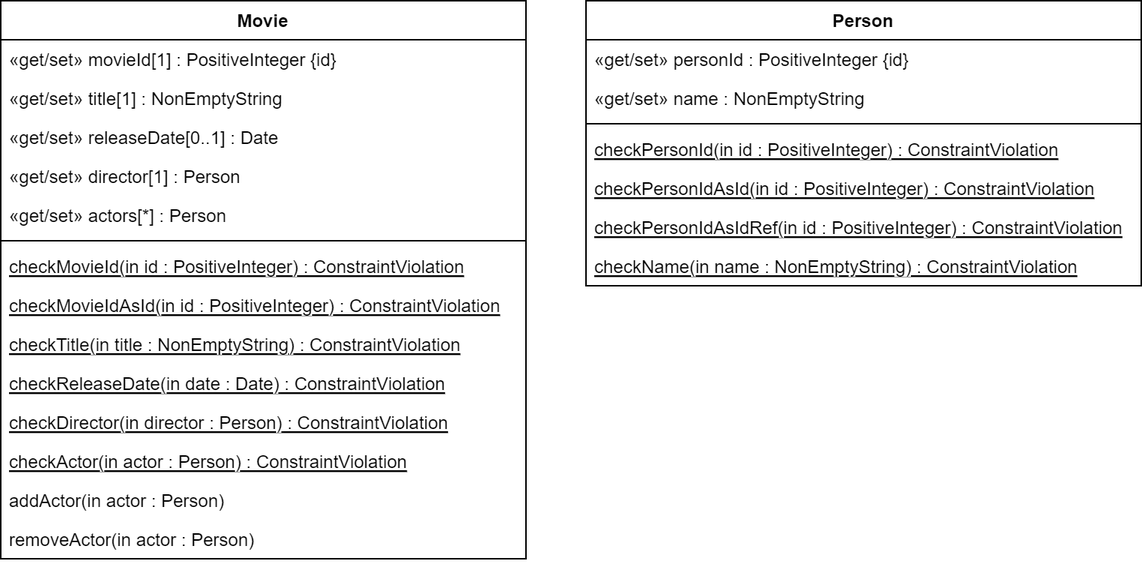
Above: docs/assignment4/JavaScript class model.png in troppdus/webapp23-troppa (draw.io), before the change. Source tidied: cells renumbered, new cells last; positions are measured from the earlier drawing's top-left corner, leaving out a move shared by most shapes. Its diagram source:
```xml
<mxGraphModel>
  <root>
    <mxCell id="0" />
    <mxCell id="1" parent="0" />
    <mxCell id="2" value="Movie&#10;" style="swimlane;fontStyle=1;align=center;verticalAlign=top;horizontal=1;startSize=26;" parent="1" vertex="1">
      <mxGeometry width="350" height="372" as="geometry" />
    </mxCell>
    <mxCell id="3" value="«get/set» movieId[1] : PositiveInteger {id}" style="text;strokeColor=none;fillColor=none;align=left;verticalAlign=top;spacingLeft=4;spacingRight=4;overflow=hidden;" parent="2" vertex="1">
      <mxGeometry y="26" width="350" height="26" as="geometry" />
    </mxCell>
    <mxCell id="4" value="«get/set» title[1] : NonEmptyString" style="text;strokeColor=none;fillColor=none;align=left;verticalAlign=top;spacingLeft=4;spacingRight=4;overflow=hidden;" parent="2" vertex="1">
      <mxGeometry y="52" width="350" height="26" as="geometry" />
    </mxCell>
    <mxCell id="5" value="«get/set» releaseDate[0..1] : Date" style="text;strokeColor=none;fillColor=none;align=left;verticalAlign=top;spacingLeft=4;spacingRight=4;overflow=hidden;" parent="2" vertex="1">
      <mxGeometry y="78" width="350" height="26" as="geometry" />
    </mxCell>
    <mxCell id="6" value="«get/set» director[1] : Person" style="text;strokeColor=none;fillColor=none;align=left;verticalAlign=top;spacingLeft=4;spacingRight=4;overflow=hidden;" parent="2" vertex="1">
      <mxGeometry y="104" width="350" height="26" as="geometry" />
    </mxCell>
    <mxCell id="7" value="«get/set» actors[*] : Person" style="text;strokeColor=none;fillColor=none;align=left;verticalAlign=top;spacingLeft=4;spacingRight=4;overflow=hidden;" parent="2" vertex="1">
      <mxGeometry y="130" width="350" height="26" as="geometry" />
    </mxCell>
    <mxCell id="8" style="line;strokeWidth=1;fillColor=none;align=left;verticalAlign=middle;spacingTop=-1;spacingLeft=3;spacingRight=3;labelPosition=right;strokeColor=inherit;" parent="2" vertex="1">
      <mxGeometry y="156" width="350" height="8" as="geometry" />
    </mxCell>
    <mxCell id="9" value="checkMovieId(in id : PositiveInteger) : ConstraintViolation" style="text;strokeColor=none;fillColor=none;align=left;verticalAlign=top;spacingLeft=4;spacingRight=4;overflow=hidden;fontStyle=4;" parent="2" vertex="1">
      <mxGeometry y="164" width="350" height="26" as="geometry" />
    </mxCell>
    <mxCell id="10" value="checkMovieIdAsId(in id : PositiveInteger) : ConstraintViolation" style="text;strokeColor=none;fillColor=none;align=left;verticalAlign=top;spacingLeft=4;spacingRight=4;overflow=hidden;fontStyle=4;" parent="2" vertex="1">
      <mxGeometry y="190" width="350" height="26" as="geometry" />
    </mxCell>
    <mxCell id="11" value="checkTitle(in title : NonEmptyString) : ConstraintViolation" style="text;strokeColor=none;fillColor=none;align=left;verticalAlign=top;spacingLeft=4;spacingRight=4;overflow=hidden;fontStyle=4;" parent="2" vertex="1">
      <mxGeometry y="216" width="350" height="26" as="geometry" />
    </mxCell>
    <mxCell id="12" value="checkReleaseDate(in date : Date) : ConstraintViolation" style="text;strokeColor=none;fillColor=none;align=left;verticalAlign=top;spacingLeft=4;spacingRight=4;overflow=hidden;fontStyle=4;" parent="2" vertex="1">
      <mxGeometry y="242" width="350" height="26" as="geometry" />
    </mxCell>
    <mxCell id="13" value="checkDirector(in director : Person) : ConstraintViolation" style="text;strokeColor=none;fillColor=none;align=left;verticalAlign=top;spacingLeft=4;spacingRight=4;overflow=hidden;fontStyle=4;" parent="2" vertex="1">
      <mxGeometry y="268" width="350" height="26" as="geometry" />
    </mxCell>
    <mxCell id="14" value="checkActor(in actor : Person) : ConstraintViolation" style="text;strokeColor=none;fillColor=none;align=left;verticalAlign=top;spacingLeft=4;spacingRight=4;overflow=hidden;fontStyle=4;" parent="2" vertex="1">
      <mxGeometry y="294" width="350" height="26" as="geometry" />
    </mxCell>
    <mxCell id="15" value="addActor(in actor : Person)" style="text;strokeColor=none;fillColor=none;align=left;verticalAlign=top;spacingLeft=4;spacingRight=4;overflow=hidden;" parent="2" vertex="1">
      <mxGeometry y="320" width="350" height="26" as="geometry" />
    </mxCell>
    <mxCell id="16" value="removeActor(in actor : Person)" style="text;strokeColor=none;fillColor=none;align=left;verticalAlign=top;spacingLeft=4;spacingRight=4;overflow=hidden;" parent="2" vertex="1">
      <mxGeometry y="346" width="350" height="26" as="geometry" />
    </mxCell>
    <mxCell id="17" value="Person" style="swimlane;fontStyle=1;align=center;verticalAlign=top;horizontal=1;startSize=26;" parent="1" vertex="1">
      <mxGeometry x="390" width="370" height="190" as="geometry" />
    </mxCell>
    <mxCell id="18" value="«get/set» personId : PositiveInteger {id}" style="text;strokeColor=none;fillColor=none;align=left;verticalAlign=top;spacingLeft=4;spacingRight=4;overflow=hidden;" parent="17" vertex="1">
      <mxGeometry y="26" width="370" height="26" as="geometry" />
    </mxCell>
    <mxCell id="19" value="«get/set» name : NonEmptyString" style="text;strokeColor=none;fillColor=none;align=left;verticalAlign=top;spacingLeft=4;spacingRight=4;overflow=hidden;" parent="17" vertex="1">
      <mxGeometry y="52" width="370" height="26" as="geometry" />
    </mxCell>
    <mxCell id="20" style="line;strokeWidth=1;fillColor=none;align=left;verticalAlign=middle;spacingTop=-1;spacingLeft=3;spacingRight=3;labelPosition=right;strokeColor=inherit;" parent="17" vertex="1">
      <mxGeometry y="78" width="370" height="8" as="geometry" />
    </mxCell>
    <mxCell id="21" value="checkPersonId(in id : PositiveInteger) : ConstraintViolation" style="text;strokeColor=none;fillColor=none;align=left;verticalAlign=top;spacingLeft=4;spacingRight=4;overflow=hidden;fontStyle=4;" parent="17" vertex="1">
      <mxGeometry y="86" width="370" height="26" as="geometry" />
    </mxCell>
    <mxCell id="22" value="checkPersonIdAsId(in id : PositiveInteger) : ConstraintViolation" style="text;strokeColor=none;fillColor=none;align=left;verticalAlign=top;spacingLeft=4;spacingRight=4;overflow=hidden;fontStyle=4;" parent="17" vertex="1">
      <mxGeometry y="112" width="370" height="26" as="geometry" />
    </mxCell>
    <mxCell id="23" value="checkPersonIdAsIdRef(in id : PositiveInteger) : ConstraintViolation" style="text;strokeColor=none;fillColor=none;align=left;verticalAlign=top;spacingLeft=4;spacingRight=4;overflow=hidden;fontStyle=4;" parent="17" vertex="1">
      <mxGeometry y="138" width="370" height="26" as="geometry" />
    </mxCell>
    <mxCell id="24" value="checkName(in name : NonEmptyString) : ConstraintViolation" style="text;strokeColor=none;fillColor=none;align=left;verticalAlign=top;spacingLeft=4;spacingRight=4;overflow=hidden;fontStyle=4;" parent="17" vertex="1">
      <mxGeometry y="164" width="370" height="26" as="geometry" />
    </mxCell>
  </root>
</mxGraphModel>
```
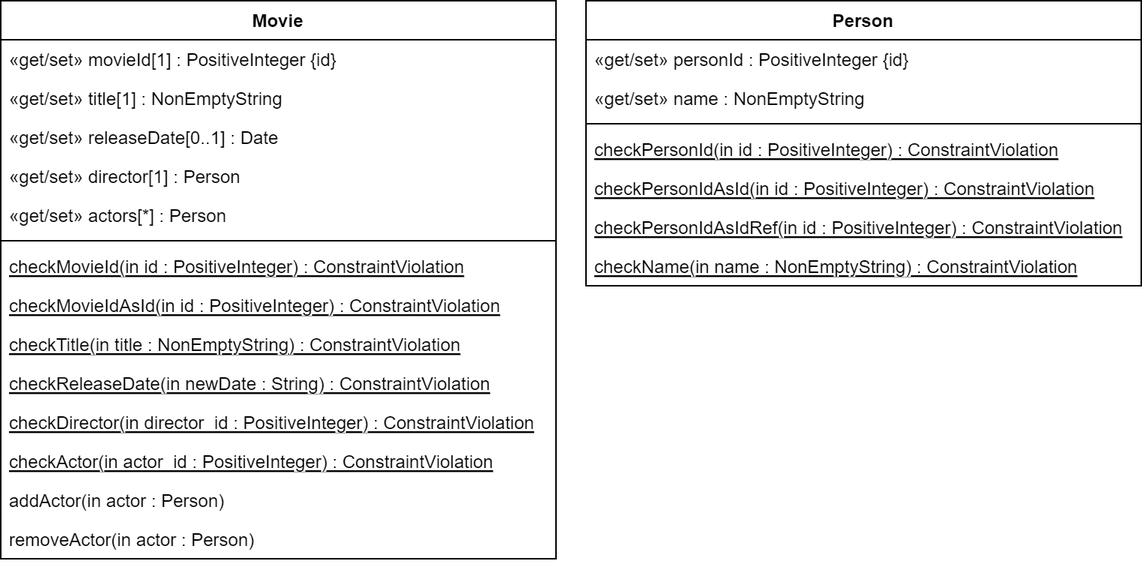
Later version of the same file.

Change to the diagram source:
```diff
@@ -3,49 +3,49 @@
     <mxCell id="0" />
     <mxCell id="1" parent="0" />
     <mxCell id="2" value="Movie&#10;" style="swimlane;fontStyle=1;align=center;verticalAlign=top;horizontal=1;startSize=26;" parent="1" vertex="1">
-      <mxGeometry width="350" height="372" as="geometry" />
+      <mxGeometry width="370" height="372" as="geometry" />
     </mxCell>
     <mxCell id="3" value="«get/set» movieId[1] : PositiveInteger {id}" style="text;strokeColor=none;fillColor=none;align=left;verticalAlign=top;spacingLeft=4;spacingRight=4;overflow=hidden;" parent="2" vertex="1">
-      <mxGeometry y="26" width="350" height="26" as="geometry" />
+      <mxGeometry y="26" width="370" height="26" as="geometry" />
     </mxCell>
     <mxCell id="4" value="«get/set» title[1] : NonEmptyString" style="text;strokeColor=none;fillColor=none;align=left;verticalAlign=top;spacingLeft=4;spacingRight=4;overflow=hidden;" parent="2" vertex="1">
-      <mxGeometry y="52" width="350" height="26" as="geometry" />
+      <mxGeometry y="52" width="370" height="26" as="geometry" />
     </mxCell>
     <mxCell id="5" value="«get/set» releaseDate[0..1] : Date" style="text;strokeColor=none;fillColor=none;align=left;verticalAlign=top;spacingLeft=4;spacingRight=4;overflow=hidden;" parent="2" vertex="1">
-      <mxGeometry y="78" width="350" height="26" as="geometry" />
+      <mxGeometry y="78" width="370" height="26" as="geometry" />
     </mxCell>
     <mxCell id="6" value="«get/set» director[1] : Person" style="text;strokeColor=none;fillColor=none;align=left;verticalAlign=top;spacingLeft=4;spacingRight=4;overflow=hidden;" parent="2" vertex="1">
-      <mxGeometry y="104" width="350" height="26" as="geometry" />
+      <mxGeometry y="104" width="370" height="26" as="geometry" />
     </mxCell>
     <mxCell id="7" value="«get/set» actors[*] : Person" style="text;strokeColor=none;fillColor=none;align=left;verticalAlign=top;spacingLeft=4;spacingRight=4;overflow=hidden;" parent="2" vertex="1">
-      <mxGeometry y="130" width="350" height="26" as="geometry" />
+      <mxGeometry y="130" width="370" height="26" as="geometry" />
     </mxCell>
     <mxCell id="8" style="line;strokeWidth=1;fillColor=none;align=left;verticalAlign=middle;spacingTop=-1;spacingLeft=3;spacingRight=3;labelPosition=right;strokeColor=inherit;" parent="2" vertex="1">
-      <mxGeometry y="156" width="350" height="8" as="geometry" />
+      <mxGeometry y="156" width="370" height="8" as="geometry" />
     </mxCell>
     <mxCell id="9" value="checkMovieId(in id : PositiveInteger) : ConstraintViolation" style="text;strokeColor=none;fillColor=none;align=left;verticalAlign=top;spacingLeft=4;spacingRight=4;overflow=hidden;fontStyle=4;" parent="2" vertex="1">
-      <mxGeometry y="164" width="350" height="26" as="geometry" />
+      <mxGeometry y="164" width="370" height="26" as="geometry" />
     </mxCell>
     <mxCell id="10" value="checkMovieIdAsId(in id : PositiveInteger) : ConstraintViolation" style="text;strokeColor=none;fillColor=none;align=left;verticalAlign=top;spacingLeft=4;spacingRight=4;overflow=hidden;fontStyle=4;" parent="2" vertex="1">
-      <mxGeometry y="190" width="350" height="26" as="geometry" />
+      <mxGeometry y="190" width="370" height="26" as="geometry" />
     </mxCell>
     <mxCell id="11" value="checkTitle(in title : NonEmptyString) : ConstraintViolation" style="text;strokeColor=none;fillColor=none;align=left;verticalAlign=top;spacingLeft=4;spacingRight=4;overflow=hidden;fontStyle=4;" parent="2" vertex="1">
-      <mxGeometry y="216" width="350" height="26" as="geometry" />
+      <mxGeometry y="216" width="370" height="26" as="geometry" />
     </mxCell>
-    <mxCell id="12" value="checkReleaseDate(in date : Date) : ConstraintViolation" style="text;strokeColor=none;fillColor=none;align=left;verticalAlign=top;spacingLeft=4;spacingRight=4;overflow=hidden;fontStyle=4;" parent="2" vertex="1">
-      <mxGeometry y="242" width="350" height="26" as="geometry" />
+    <mxCell id="12" value="checkReleaseDate(in newDate : String) : ConstraintViolation" style="text;strokeColor=none;fillColor=none;align=left;verticalAlign=top;spacingLeft=4;spacingRight=4;overflow=hidden;fontStyle=4;" parent="2" vertex="1">
+      <mxGeometry y="242" width="370" height="26" as="geometry" />
     </mxCell>
-    <mxCell id="13" value="checkDirector(in director : Person) : ConstraintViolation" style="text;strokeColor=none;fillColor=none;align=left;verticalAlign=top;spacingLeft=4;spacingRight=4;overflow=hidden;fontStyle=4;" parent="2" vertex="1">
-      <mxGeometry y="268" width="350" height="26" as="geometry" />
+    <mxCell id="13" value="checkDirector(in director_id : PositiveInteger) : ConstraintViolation" style="text;strokeColor=none;fillColor=none;align=left;verticalAlign=top;spacingLeft=4;spacingRight=4;overflow=hidden;fontStyle=4;" parent="2" vertex="1">
+      <mxGeometry y="268" width="370" height="26" as="geometry" />
     </mxCell>
-    <mxCell id="14" value="checkActor(in actor : Person) : ConstraintViolation" style="text;strokeColor=none;fillColor=none;align=left;verticalAlign=top;spacingLeft=4;spacingRight=4;overflow=hidden;fontStyle=4;" parent="2" vertex="1">
-      <mxGeometry y="294" width="350" height="26" as="geometry" />
+    <mxCell id="14" value="checkActor(in actor_id : PositiveInteger) : ConstraintViolation" style="text;strokeColor=none;fillColor=none;align=left;verticalAlign=top;spacingLeft=4;spacingRight=4;overflow=hidden;fontStyle=4;" parent="2" vertex="1">
+      <mxGeometry y="294" width="370" height="26" as="geometry" />
     </mxCell>
     <mxCell id="15" value="addActor(in actor : Person)" style="text;strokeColor=none;fillColor=none;align=left;verticalAlign=top;spacingLeft=4;spacingRight=4;overflow=hidden;" parent="2" vertex="1">
-      <mxGeometry y="320" width="350" height="26" as="geometry" />
+      <mxGeometry y="320" width="370" height="26" as="geometry" />
     </mxCell>
     <mxCell id="16" value="removeActor(in actor : Person)" style="text;strokeColor=none;fillColor=none;align=left;verticalAlign=top;spacingLeft=4;spacingRight=4;overflow=hidden;" parent="2" vertex="1">
-      <mxGeometry y="346" width="350" height="26" as="geometry" />
+      <mxGeometry y="346" width="370" height="26" as="geometry" />
     </mxCell>
     <mxCell id="17" value="Person" style="swimlane;fontStyle=1;align=center;verticalAlign=top;horizontal=1;startSize=26;" parent="1" vertex="1">
       <mxGeometry x="390" width="370" height="190" as="geometry" />
```
